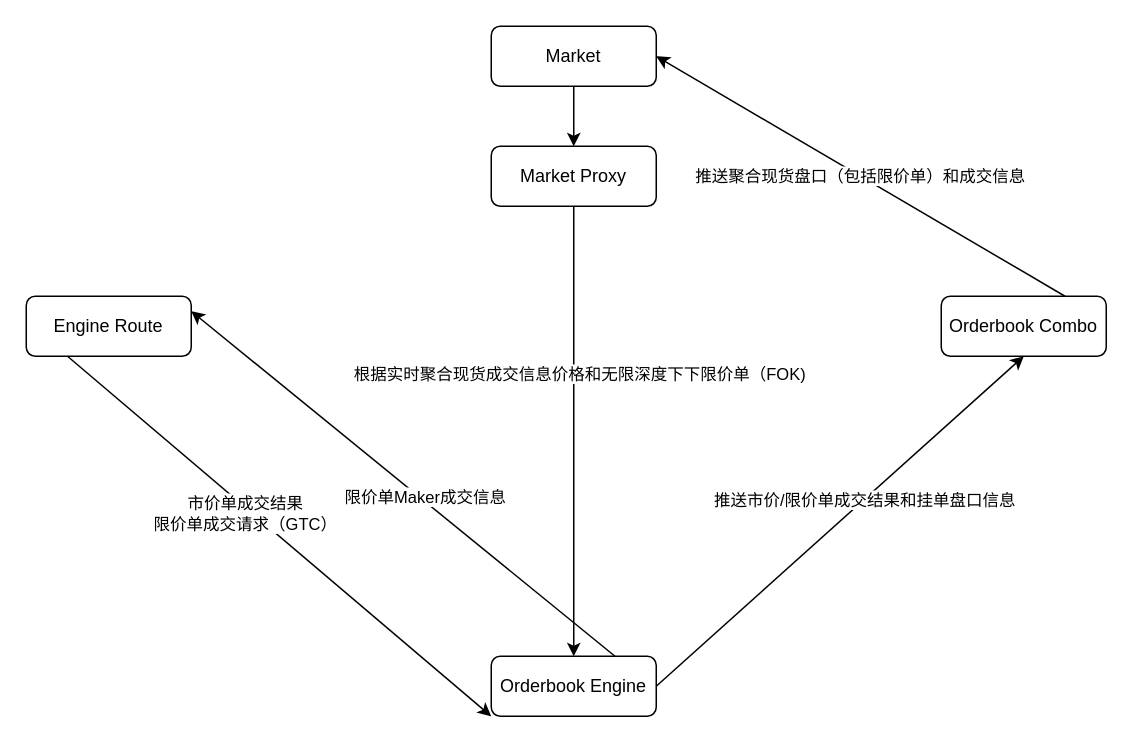
The draw.io diagram limit order.drawio in danielang2020/diagrams, before the edit. Source tidied: cells renumbered, new cells numbered last; positions are measured from the earlier drawing's top-left corner, leaving out a move shared by most shapes. Both pictures are drawn from the tidied source at 150%, with x=0, y=0 at pixel (26, 26).
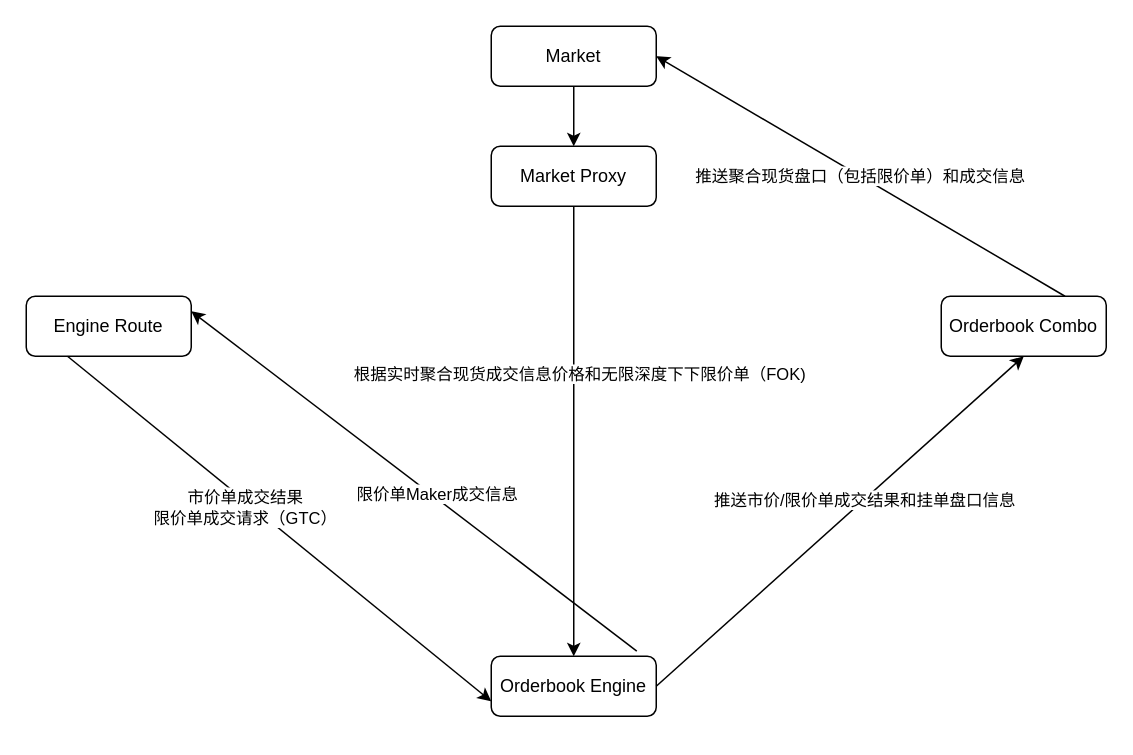
The same page after the edit.

The edit, as a diff of the source:
```diff
@@
 <mxGraphModel>
   <root>
     <mxCell id="0" />
     <mxCell id="1" parent="0" />
     <mxCell id="2" value="Market" style="rounded=1;whiteSpace=wrap;html=1;" parent="1" vertex="1">
       <mxGeometry x="310" width="110" height="40" as="geometry" />
     </mxCell>
     <mxCell id="3" value="Market Proxy" style="rounded=1;whiteSpace=wrap;html=1;" parent="1" vertex="1">
       <mxGeometry x="310" y="80" width="110" height="40" as="geometry" />
     </mxCell>
     <mxCell id="4" value="Orderbook Engine" style="rounded=1;whiteSpace=wrap;html=1;" parent="1" vertex="1">
       <mxGeometry x="310" y="420" width="110" height="40" as="geometry" />
     </mxCell>
     <mxCell id="5" value="Orderbook Combo" style="rounded=1;whiteSpace=wrap;html=1;" parent="1" vertex="1">
       <mxGeometry x="610" y="180" width="110" height="40" as="geometry" />
     </mxCell>
     <mxCell id="6" value="Engine Route" style="rounded=1;whiteSpace=wrap;html=1;" parent="1" vertex="1">
       <mxGeometry y="180" width="110" height="40" as="geometry" />
     </mxCell>
-    <mxCell id="7" style="endArrow=classic;html=1;rounded=0;exitX=0.25;exitY=1;exitDx=0;exitDy=0;entryX=0;entryY=1;entryDx=0;entryDy=0;" parent="1" edge="1" source="6" target="4">
+    <mxCell id="7" style="endArrow=classic;html=1;rounded=0;exitX=0.25;exitY=1;exitDx=0;exitDy=0;entryX=0;entryY=0.75;entryDx=0;entryDy=0;" parent="1" edge="1" source="6" target="4">
       <mxGeometry relative="1" as="geometry" />
     </mxCell>
     <mxCell id="8" value="市价单成交结果&lt;br&gt;限价单成交请求（GTC）" style="edgeLabel;html=1;align=center;verticalAlign=middle;" parent="7" vertex="1">
       <mxGeometry x="-0.15" y="-3" relative="1" as="geometry" />
     </mxCell>
-    <mxCell id="9" style="endArrow=classic;html=1;rounded=0;exitX=0.75;exitY=0;exitDx=0;exitDy=0;entryX=1;entryY=0.25;entryDx=0;entryDy=0;" parent="1" edge="1" source="4" target="6">
+    <mxCell id="9" style="endArrow=classic;html=1;rounded=0;exitX=0.882;exitY=-0.087;exitDx=0;exitDy=0;entryX=1;entryY=0.25;entryDx=0;entryDy=0;exitPerimeter=0;" parent="1" edge="1" source="4" target="6">
       <mxGeometry relative="1" as="geometry" />
     </mxCell>
     <mxCell id="10" value="限价单Maker成交信息" style="edgeLabel;html=1;align=center;verticalAlign=middle;" parent="9" vertex="1">
       <mxGeometry x="-0.09" y="-2" relative="1" as="geometry" />
     </mxCell>
     <mxCell id="11" style="endArrow=classic;html=1;rounded=0;exitX=0.5;exitY=1;exitDx=0;exitDy=0;entryX=0.5;entryY=0;entryDx=0;entryDy=0;" parent="1" edge="1" source="2" target="3">
       <mxGeometry relative="1" as="geometry" />
     </mxCell>
     <mxCell id="12" style="endArrow=classic;html=1;rounded=0;exitX=0.5;exitY=1;exitDx=0;exitDy=0;entryX=0.5;entryY=0;entryDx=0;entryDy=0;" parent="1" edge="1" source="3" target="4">
       <mxGeometry relative="1" as="geometry" />
     </mxCell>
     <mxCell id="13" value="根据实时聚合现货成交信息价格和无限深度下下限价单（FOK)" style="edgeLabel;html=1;align=center;verticalAlign=middle;" parent="12" vertex="1">
       <mxGeometry x="-0.26" y="3" relative="1" as="geometry" />
     </mxCell>
     <mxCell id="14" style="endArrow=classic;html=1;rounded=0;exitX=1;exitY=0.5;exitDx=0;exitDy=0;entryX=0.5;entryY=1;entryDx=0;entryDy=0;" parent="1" edge="1" source="4" target="5">
       <mxGeometry relative="1" as="geometry" />
     </mxCell>
     <mxCell id="15" value="推送市价/限价单成交结果和挂单盘口信息" style="edgeLabel;html=1;align=center;verticalAlign=middle;" parent="14" vertex="1">
       <mxGeometry x="0.13" relative="1" as="geometry" />
     </mxCell>
     <mxCell id="16" value="推送聚合现货盘口（包括限价单）和成交信息" style="endArrow=classic;html=1;rounded=0;exitX=0.75;exitY=0;exitDx=0;exitDy=0;entryX=1;entryY=0.5;entryDx=0;entryDy=0;" parent="1" edge="1" source="5" target="2">
       <mxGeometry relative="1" as="geometry" />
     </mxCell>
   </root>
 </mxGraphModel>
```
